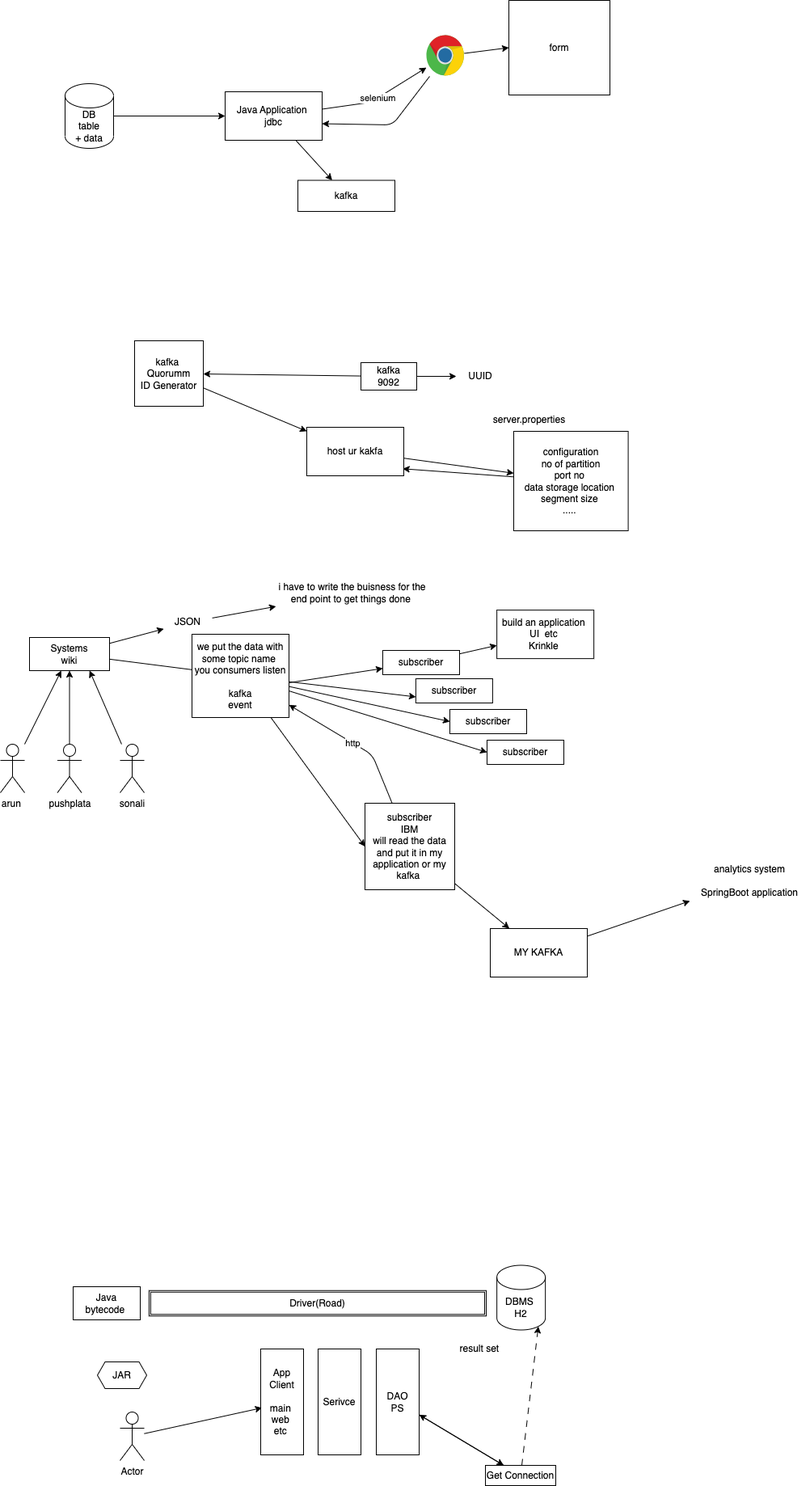
Above: images/day-3.drawio.png in adithnaveen/ibm-kafka-may-2023 (draw.io), before the change. Source tidied: cells renumbered, new cells last; positions are measured from the earlier drawing's top-left corner, leaving out a move shared by most shapes. Its diagram source:
```xml
<mxGraphModel>
  <root>
    <mxCell id="0" />
    <mxCell id="1" parent="0" />
    <mxCell id="2" style="edgeStyle=none;html=1;" parent="1" edge="1" source="3" target="6">
      <mxGeometry relative="1" as="geometry" />
    </mxCell>
    <mxCell id="3" value="DB&lt;br&gt;table&lt;br&gt;+ data" style="shape=cylinder3;whiteSpace=wrap;html=1;boundedLbl=1;backgroundOutline=1;size=15;" parent="1" vertex="1">
      <mxGeometry x="80" y="103" width="60" height="80" as="geometry" />
    </mxCell>
    <mxCell id="4" value="selenium" style="edgeStyle=none;html=1;" parent="1" edge="1" source="6" target="9">
      <mxGeometry relative="1" as="geometry">
        <Array as="points">
          <mxPoint x="458" y="126" />
        </Array>
      </mxGeometry>
    </mxCell>
    <mxCell id="5" style="edgeStyle=none;html=1;" parent="1" edge="1" source="6" target="10">
      <mxGeometry relative="1" as="geometry" />
    </mxCell>
    <mxCell id="6" value="Java Application&amp;nbsp;&lt;br&gt;jdbc" style="rounded=0;whiteSpace=wrap;html=1;" parent="1" vertex="1">
      <mxGeometry x="278" y="113" width="120" height="60" as="geometry" />
    </mxCell>
    <mxCell id="7" style="edgeStyle=none;html=1;entryX=1;entryY=0.659;entryDx=0;entryDy=0;entryPerimeter=0;" parent="1" edge="1" source="9" target="6">
      <mxGeometry relative="1" as="geometry">
        <Array as="points">
          <mxPoint x="485" y="154" />
        </Array>
      </mxGeometry>
    </mxCell>
    <mxCell id="8" style="edgeStyle=none;html=1;entryX=0;entryY=0.5;entryDx=0;entryDy=0;" parent="1" edge="1" source="9" target="11">
      <mxGeometry relative="1" as="geometry" />
    </mxCell>
    <mxCell id="9" style="dashed=0;outlineConnect=0;html=1;align=center;labelPosition=center;verticalLabelPosition=bottom;verticalAlign=top;shape=mxgraph.weblogos.chrome;" parent="1" vertex="1">
      <mxGeometry x="527" y="43" width="47" height="51" as="geometry" />
    </mxCell>
    <mxCell id="10" value="kafka" style="rounded=0;whiteSpace=wrap;html=1;" parent="1" vertex="1">
      <mxGeometry x="368" y="222.5" width="120" height="38.5" as="geometry" />
    </mxCell>
    <mxCell id="11" value="form" style="rounded=0;whiteSpace=wrap;html=1;" parent="1" vertex="1">
      <mxGeometry x="629" width="125" height="117" as="geometry" />
    </mxCell>
    <mxCell id="12" style="edgeStyle=none;html=1;" parent="1" edge="1" source="14" target="16">
      <mxGeometry relative="1" as="geometry" />
    </mxCell>
    <mxCell id="13" style="edgeStyle=none;html=1;" parent="1" edge="1" source="14" target="17">
      <mxGeometry relative="1" as="geometry" />
    </mxCell>
    <mxCell id="14" value="kafka&lt;br&gt;9092" style="rounded=0;whiteSpace=wrap;html=1;" parent="1" vertex="1">
      <mxGeometry x="446" y="448" width="69" height="34" as="geometry" />
    </mxCell>
    <mxCell id="15" style="edgeStyle=none;html=1;" parent="1" edge="1" source="16" target="19">
      <mxGeometry relative="1" as="geometry" />
    </mxCell>
    <mxCell id="16" value="kafka&amp;nbsp;&lt;br&gt;Quorumm&lt;br&gt;ID Generator" style="rounded=0;whiteSpace=wrap;html=1;" parent="1" vertex="1">
      <mxGeometry x="166" y="421" width="85" height="81" as="geometry" />
    </mxCell>
    <mxCell id="17" value="UUID" style="text;html=1;strokeColor=none;fillColor=none;align=center;verticalAlign=middle;whiteSpace=wrap;rounded=0;" parent="1" vertex="1">
      <mxGeometry x="564" y="450" width="60" height="30" as="geometry" />
    </mxCell>
    <mxCell id="18" style="edgeStyle=none;html=1;" parent="1" edge="1" source="19" target="21">
      <mxGeometry relative="1" as="geometry" />
    </mxCell>
    <mxCell id="19" value="host ur kakfa&lt;br&gt;" style="rounded=0;whiteSpace=wrap;html=1;" parent="1" vertex="1">
      <mxGeometry x="379" y="528" width="120" height="60" as="geometry" />
    </mxCell>
    <mxCell id="20" style="edgeStyle=none;html=1;entryX=0.989;entryY=0.855;entryDx=0;entryDy=0;entryPerimeter=0;" parent="1" edge="1" source="21" target="19">
      <mxGeometry relative="1" as="geometry" />
    </mxCell>
    <mxCell id="21" value="configuration&lt;br&gt;no of partition&lt;br&gt;port no&amp;nbsp;&lt;br&gt;data storage location&amp;nbsp;&lt;br&gt;segment size&amp;nbsp;&lt;br&gt;.....&amp;nbsp;" style="rounded=0;whiteSpace=wrap;html=1;" parent="1" vertex="1">
      <mxGeometry x="635" y="533" width="141.6" height="123" as="geometry" />
    </mxCell>
    <mxCell id="22" value="server.properties" style="text;html=1;align=center;verticalAlign=middle;strokeColor=none;fillColor=none;" parent="1" vertex="1">
      <mxGeometry x="600" y="506" width="107" height="26" as="geometry" />
    </mxCell>
    <mxCell id="23" style="edgeStyle=none;html=1;" parent="1" edge="1" source="25" target="27">
      <mxGeometry relative="1" as="geometry" />
    </mxCell>
    <mxCell id="24" style="edgeStyle=none;html=1;startArrow=none;" parent="1" edge="1" source="48" target="36">
      <mxGeometry relative="1" as="geometry">
        <Array as="points">
          <mxPoint x="239" y="862" />
        </Array>
      </mxGeometry>
    </mxCell>
    <mxCell id="25" value="Systems&lt;br&gt;wiki" style="rounded=0;whiteSpace=wrap;html=1;" parent="1" vertex="1">
      <mxGeometry x="36" y="788" width="99" height="41" as="geometry" />
    </mxCell>
    <mxCell id="26" style="edgeStyle=none;html=1;" parent="1" edge="1" source="27" target="28">
      <mxGeometry relative="1" as="geometry" />
    </mxCell>
    <mxCell id="27" value="JSON" style="text;html=1;strokeColor=none;fillColor=none;align=center;verticalAlign=middle;whiteSpace=wrap;rounded=0;" parent="1" vertex="1">
      <mxGeometry x="202.1" y="754.3" width="60" height="30" as="geometry" />
    </mxCell>
    <mxCell id="28" value="i have to write the buisness for the end point to get things done&amp;nbsp;" style="text;html=1;strokeColor=none;fillColor=none;align=center;verticalAlign=middle;whiteSpace=wrap;rounded=0;" parent="1" vertex="1">
      <mxGeometry x="341" y="699" width="188.9" height="67" as="geometry" />
    </mxCell>
    <mxCell id="29" style="edgeStyle=none;html=1;" parent="1" edge="1" source="30" target="25">
      <mxGeometry relative="1" as="geometry" />
    </mxCell>
    <mxCell id="30" value="arun&amp;nbsp;" style="shape=umlActor;verticalLabelPosition=bottom;verticalAlign=top;html=1;outlineConnect=0;" parent="1" vertex="1">
      <mxGeometry y="920" width="30" height="60" as="geometry" />
    </mxCell>
    <mxCell id="31" style="edgeStyle=none;html=1;entryX=0.5;entryY=1;entryDx=0;entryDy=0;" parent="1" edge="1" source="32" target="25">
      <mxGeometry relative="1" as="geometry" />
    </mxCell>
    <mxCell id="32" value="pushplata" style="shape=umlActor;verticalLabelPosition=bottom;verticalAlign=top;html=1;outlineConnect=0;" parent="1" vertex="1">
      <mxGeometry x="70.5" y="920" width="30" height="60" as="geometry" />
    </mxCell>
    <mxCell id="33" style="edgeStyle=none;html=1;entryX=0.75;entryY=1;entryDx=0;entryDy=0;" parent="1" edge="1" source="34" target="25">
      <mxGeometry relative="1" as="geometry" />
    </mxCell>
    <mxCell id="34" value="sonali" style="shape=umlActor;verticalLabelPosition=bottom;verticalAlign=top;html=1;outlineConnect=0;" parent="1" vertex="1">
      <mxGeometry x="148" y="920" width="30" height="60" as="geometry" />
    </mxCell>
    <mxCell id="35" style="edgeStyle=none;html=1;" parent="1" edge="1" source="36" target="49">
      <mxGeometry relative="1" as="geometry" />
    </mxCell>
    <mxCell id="36" value="subscriber" style="rounded=0;whiteSpace=wrap;html=1;" parent="1" vertex="1">
      <mxGeometry x="473" y="804" width="95" height="30" as="geometry" />
    </mxCell>
    <mxCell id="37" value="subscriber" style="rounded=0;whiteSpace=wrap;html=1;" parent="1" vertex="1">
      <mxGeometry x="513.9" y="839" width="95" height="30" as="geometry" />
    </mxCell>
    <mxCell id="38" value="subscriber" style="rounded=0;whiteSpace=wrap;html=1;" parent="1" vertex="1">
      <mxGeometry x="556" y="877" width="95" height="30" as="geometry" />
    </mxCell>
    <mxCell id="39" value="subscriber" style="rounded=0;whiteSpace=wrap;html=1;" parent="1" vertex="1">
      <mxGeometry x="602" y="915" width="95" height="30" as="geometry" />
    </mxCell>
    <mxCell id="40" value="http" style="edgeStyle=none;html=1;" parent="1" edge="1" source="42" target="48">
      <mxGeometry relative="1" as="geometry">
        <Array as="points">
          <mxPoint x="460" y="933" />
        </Array>
      </mxGeometry>
    </mxCell>
    <mxCell id="41" style="edgeStyle=none;html=1;" parent="1" edge="1" source="42" target="51">
      <mxGeometry relative="1" as="geometry" />
    </mxCell>
    <mxCell id="42" value="subscriber&lt;br&gt;IBM&lt;br&gt;will read the data and put it in my application or my kafka&amp;nbsp;" style="rounded=0;whiteSpace=wrap;html=1;" parent="1" vertex="1">
      <mxGeometry x="451" y="993" width="111" height="107" as="geometry" />
    </mxCell>
    <mxCell id="43" style="edgeStyle=none;html=1;endArrow=none;" parent="1" edge="1" source="25" target="48">
      <mxGeometry relative="1" as="geometry" />
    </mxCell>
    <mxCell id="44" style="edgeStyle=none;html=1;entryX=0;entryY=0.75;entryDx=0;entryDy=0;" parent="1" edge="1" source="48" target="37">
      <mxGeometry relative="1" as="geometry" />
    </mxCell>
    <mxCell id="45" style="edgeStyle=none;html=1;entryX=0;entryY=0.5;entryDx=0;entryDy=0;" parent="1" edge="1" source="48" target="38">
      <mxGeometry relative="1" as="geometry" />
    </mxCell>
    <mxCell id="46" style="edgeStyle=none;html=1;entryX=0;entryY=0.5;entryDx=0;entryDy=0;" parent="1" edge="1" source="48" target="39">
      <mxGeometry relative="1" as="geometry" />
    </mxCell>
    <mxCell id="47" style="edgeStyle=none;html=1;entryX=0;entryY=0.5;entryDx=0;entryDy=0;" parent="1" edge="1" source="48" target="42">
      <mxGeometry relative="1" as="geometry" />
    </mxCell>
    <mxCell id="48" value="we put the data with some topic name&amp;nbsp;&lt;br&gt;you consumers listen&lt;br&gt;&lt;br&gt;kafka&lt;br&gt;event" style="rounded=0;whiteSpace=wrap;html=1;" parent="1" vertex="1">
      <mxGeometry x="237" y="784" width="120" height="103" as="geometry" />
    </mxCell>
    <mxCell id="49" value="build an application&amp;nbsp;&lt;br&gt;UI&amp;nbsp; etc&amp;nbsp;&lt;br&gt;Krinkle&amp;nbsp;" style="rounded=0;whiteSpace=wrap;html=1;" parent="1" vertex="1">
      <mxGeometry x="614.1" y="754.1" width="120" height="60" as="geometry" />
    </mxCell>
    <mxCell id="50" style="edgeStyle=none;html=1;" parent="1" edge="1" source="51" target="52">
      <mxGeometry relative="1" as="geometry" />
    </mxCell>
    <mxCell id="51" value="MY KAFKA" style="rounded=0;whiteSpace=wrap;html=1;" parent="1" vertex="1">
      <mxGeometry x="606" y="1148" width="120" height="60" as="geometry" />
    </mxCell>
    <mxCell id="52" value="analytics system&lt;br&gt;&lt;br&gt;SpringBoot application" style="text;html=1;strokeColor=none;fillColor=none;align=center;verticalAlign=middle;whiteSpace=wrap;rounded=0;" parent="1" vertex="1">
      <mxGeometry x="853" y="1063" width="148" height="51" as="geometry" />
    </mxCell>
    <mxCell id="53" value="Java&lt;br&gt;bytecode&amp;nbsp;" style="rounded=0;whiteSpace=wrap;html=1;" parent="1" vertex="1">
      <mxGeometry x="90" y="1591" width="83" height="41" as="geometry" />
    </mxCell>
    <mxCell id="54" value="DBMS&amp;nbsp;&lt;br&gt;H2" style="shape=cylinder3;whiteSpace=wrap;html=1;boundedLbl=1;backgroundOutline=1;size=15;" parent="1" vertex="1">
      <mxGeometry x="614.1" y="1564.5" width="60" height="80" as="geometry" />
    </mxCell>
    <mxCell id="55" value="JAR" style="shape=hexagon;perimeter=hexagonPerimeter2;whiteSpace=wrap;html=1;fixedSize=1;size=9.468790690104072;" parent="1" vertex="1">
      <mxGeometry x="120" y="1684" width="61" height="33" as="geometry" />
    </mxCell>
    <mxCell id="56" value="Driver(Road)" style="shape=ext;double=1;rounded=0;whiteSpace=wrap;html=1;" parent="1" vertex="1">
      <mxGeometry x="183.9" y="1595.8" width="417.1" height="31.5" as="geometry" />
    </mxCell>
    <mxCell id="57" value="result set&amp;nbsp;&lt;br&gt;" style="text;html=1;align=center;verticalAlign=middle;strokeColor=none;fillColor=none;" parent="1" vertex="1">
      <mxGeometry x="559" y="1655" width="70" height="26" as="geometry" />
    </mxCell>
    <mxCell id="58" style="edgeStyle=none;html=1;" parent="1" edge="1" source="59" target="66">
      <mxGeometry relative="1" as="geometry" />
    </mxCell>
    <mxCell id="59" value="DAO&lt;br&gt;PS" style="rounded=0;whiteSpace=wrap;html=1;" parent="1" vertex="1">
      <mxGeometry x="465" y="1668" width="53" height="131" as="geometry" />
    </mxCell>
    <mxCell id="60" value="Serivce" style="rounded=0;whiteSpace=wrap;html=1;" parent="1" vertex="1">
      <mxGeometry x="393" y="1668" width="53" height="131" as="geometry" />
    </mxCell>
    <mxCell id="61" value="App&lt;br&gt;Client&lt;br&gt;&lt;br&gt;main&amp;nbsp;&lt;br&gt;web&amp;nbsp;&lt;br&gt;etc&amp;nbsp;" style="rounded=0;whiteSpace=wrap;html=1;" parent="1" vertex="1">
      <mxGeometry x="322" y="1668" width="53" height="131" as="geometry" />
    </mxCell>
    <mxCell id="62" style="edgeStyle=none;html=1;entryX=0.03;entryY=0.556;entryDx=0;entryDy=0;entryPerimeter=0;" parent="1" edge="1" source="63" target="61">
      <mxGeometry relative="1" as="geometry" />
    </mxCell>
    <mxCell id="63" value="Actor" style="shape=umlActor;verticalLabelPosition=bottom;verticalAlign=top;html=1;outlineConnect=0;" parent="1" vertex="1">
      <mxGeometry x="148" y="1746" width="30" height="60" as="geometry" />
    </mxCell>
    <mxCell id="64" style="edgeStyle=none;html=1;" parent="1" edge="1" source="66" target="59">
      <mxGeometry relative="1" as="geometry" />
    </mxCell>
    <mxCell id="65" style="edgeStyle=none;html=1;entryX=0.855;entryY=1;entryDx=0;entryDy=-4.35;entryPerimeter=0;dashed=1;dashPattern=8 8;" parent="1" edge="1" source="66" target="54">
      <mxGeometry relative="1" as="geometry" />
    </mxCell>
    <mxCell id="66" value="Get Connection" style="rounded=0;whiteSpace=wrap;html=1;" parent="1" vertex="1">
      <mxGeometry x="600" y="1812" width="87" height="25" as="geometry" />
    </mxCell>
  </root>
</mxGraphModel>
```
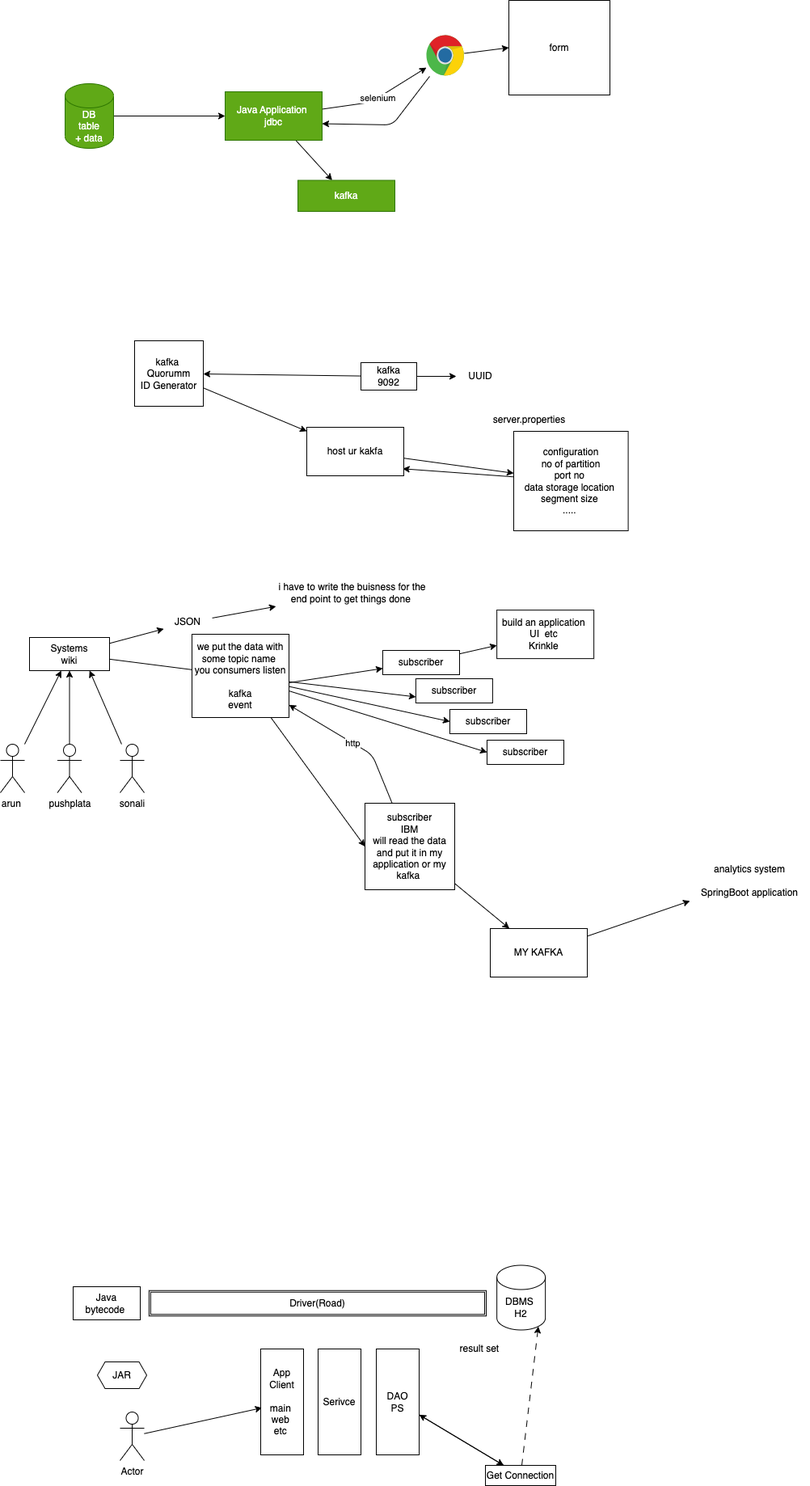
Later version of the same file.

Change to the diagram source:
```diff
@@ -5,7 +5,7 @@
     <mxCell id="2" style="edgeStyle=none;html=1;" parent="1" edge="1" source="3" target="6">
       <mxGeometry relative="1" as="geometry" />
     </mxCell>
-    <mxCell id="3" value="DB&lt;br&gt;table&lt;br&gt;+ data" style="shape=cylinder3;whiteSpace=wrap;html=1;boundedLbl=1;backgroundOutline=1;size=15;" parent="1" vertex="1">
+    <mxCell id="3" value="DB&lt;br&gt;table&lt;br&gt;+ data" style="shape=cylinder3;whiteSpace=wrap;html=1;boundedLbl=1;backgroundOutline=1;size=15;fillColor=#60a917;fontColor=#ffffff;strokeColor=#2D7600;" parent="1" vertex="1">
       <mxGeometry x="80" y="103" width="60" height="80" as="geometry" />
     </mxCell>
     <mxCell id="4" value="selenium" style="edgeStyle=none;html=1;" parent="1" edge="1" source="6" target="9">
@@ -18,7 +18,7 @@
     <mxCell id="5" style="edgeStyle=none;html=1;" parent="1" edge="1" source="6" target="10">
       <mxGeometry relative="1" as="geometry" />
     </mxCell>
-    <mxCell id="6" value="Java Application&amp;nbsp;&lt;br&gt;jdbc" style="rounded=0;whiteSpace=wrap;html=1;" parent="1" vertex="1">
+    <mxCell id="6" value="Java Application&amp;nbsp;&lt;br&gt;jdbc" style="rounded=0;whiteSpace=wrap;html=1;fillColor=#60a917;fontColor=#ffffff;strokeColor=#2D7600;" parent="1" vertex="1">
       <mxGeometry x="278" y="113" width="120" height="60" as="geometry" />
     </mxCell>
     <mxCell id="7" style="edgeStyle=none;html=1;entryX=1;entryY=0.659;entryDx=0;entryDy=0;entryPerimeter=0;" parent="1" edge="1" source="9" target="6">
@@ -34,7 +34,7 @@
     <mxCell id="9" style="dashed=0;outlineConnect=0;html=1;align=center;labelPosition=center;verticalLabelPosition=bottom;verticalAlign=top;shape=mxgraph.weblogos.chrome;" parent="1" vertex="1">
       <mxGeometry x="527" y="43" width="47" height="51" as="geometry" />
     </mxCell>
-    <mxCell id="10" value="kafka" style="rounded=0;whiteSpace=wrap;html=1;" parent="1" vertex="1">
+    <mxCell id="10" value="kafka" style="rounded=0;whiteSpace=wrap;html=1;fillColor=#60a917;fontColor=#ffffff;strokeColor=#2D7600;" parent="1" vertex="1">
       <mxGeometry x="368" y="222.5" width="120" height="38.5" as="geometry" />
     </mxCell>
     <mxCell id="11" value="form" style="rounded=0;whiteSpace=wrap;html=1;" parent="1" vertex="1">
```
